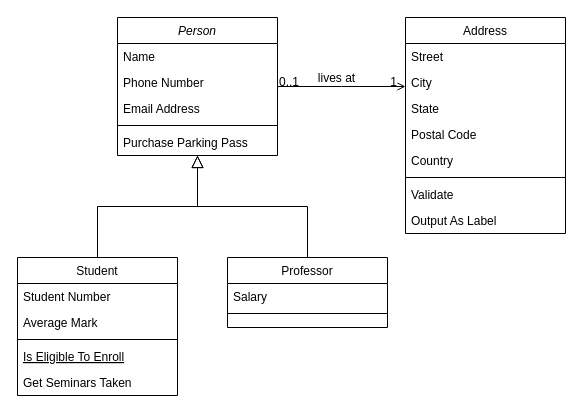
Above: docs/class diagram.drawio in elloot/prg2-slutprojekt (draw.io), before the change. Source tidied: cells renumbered, new cells numbered last; positions are measured from the earlier drawing's top-left corner, leaving out a move shared by most shapes. Both pictures are drawn from the tidied source at 100%, with x=0, y=0 at pixel (17, 17).
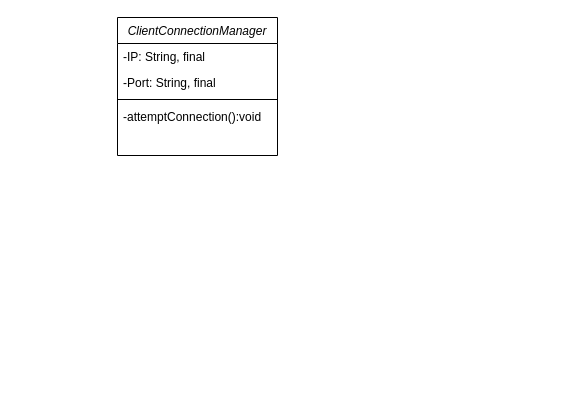
The same page after the edit.

Diff of the diagram source:
```diff
@@
-    <mxCell id="2" value="Person" style="swimlane;fontStyle=2;align=center;verticalAlign=top;horizontal=1;startSize=26;rounded=0;shadow=0;strokeWidth=1;" parent="1" vertex="1">
+    <mxCell id="2" value="ClientConnectionManager" style="swimlane;fontStyle=2;align=center;verticalAlign=top;horizontal=1;startSize=26;rounded=0;shadow=0;strokeWidth=1;" parent="1" vertex="1">
       <mxGeometry x="100" width="160" height="138" as="geometry" />
     </mxCell>
-    <mxCell id="3" value="Name" style="text;align=left;verticalAlign=top;spacingLeft=4;spacingRight=4;overflow=hidden;" parent="2" vertex="1">
+    <mxCell id="3" value="-IP: String, final" style="text;align=left;verticalAlign=top;spacingLeft=4;spacingRight=4;overflow=hidden;" parent="2" vertex="1">
       <mxGeometry y="26" width="160" height="26" as="geometry" />
     </mxCell>
-    <mxCell id="4" value="Phone Number" style="text;align=left;verticalAlign=top;spacingLeft=4;spacingRight=4;overflow=hidden;rounded=0;shadow=0;html=0;" parent="2" vertex="1">
+    <mxCell id="4" value="-Port: String, final" style="text;align=left;verticalAlign=top;spacingLeft=4;spacingRight=4;overflow=hidden;rounded=0;shadow=0;html=0;" parent="2" vertex="1">
       <mxGeometry y="52" width="160" height="26" as="geometry" />
     </mxCell>
-    <mxCell id="5" value="Email Address" style="text;align=left;verticalAlign=top;spacingLeft=4;spacingRight=4;overflow=hidden;rounded=0;shadow=0;html=0;" parent="2" vertex="1">
-      <mxGeometry y="78" width="160" height="26" as="geometry" />
-    </mxCell>
     <mxCell id="6" style="line;html=1;strokeWidth=1;align=left;verticalAlign=middle;spacingTop=-1;spacingLeft=3;spacingRight=3;labelPosition=right;" parent="2" vertex="1">
-      <mxGeometry y="104" width="160" height="8" as="geometry" />
+      <mxGeometry y="78" width="160" height="8" as="geometry" />
     </mxCell>
-    <mxCell id="7" value="Purchase Parking Pass" style="text;align=left;verticalAlign=top;spacingLeft=4;spacingRight=4;overflow=hidden;" parent="2" vertex="1">
-      <mxGeometry y="112" width="160" height="26" as="geometry" />
+    <mxCell id="7" value="-attemptConnection():void" style="text;align=left;verticalAlign=top;spacingLeft=4;spacingRight=4;overflow=hidden;" parent="2" vertex="1">
+      <mxGeometry y="86" width="160" height="26" as="geometry" />
     </mxCell>
-    <mxCell id="8" value="Student" style="swimlane;fontStyle=0;align=center;verticalAlign=top;horizontal=1;startSize=26;rounded=0;shadow=0;strokeWidth=1;" parent="1" vertex="1">
-      <mxGeometry y="240" width="160" height="138" as="geometry" />
-    </mxCell>
-    <mxCell id="9" value="Student Number" style="text;align=left;verticalAlign=top;spacingLeft=4;spacingRight=4;overflow=hidden;" parent="8" vertex="1">
-      <mxGeometry y="26" width="160" height="26" as="geometry" />
-    </mxCell>
-    <mxCell id="10" value="Average Mark" style="text;align=left;verticalAlign=top;spacingLeft=4;spacingRight=4;overflow=hidden;rounded=0;shadow=0;html=0;" parent="8" vertex="1">
-      <mxGeometry y="52" width="160" height="26" as="geometry" />
-    </mxCell>
-    <mxCell id="11" style="line;html=1;strokeWidth=1;align=left;verticalAlign=middle;spacingTop=-1;spacingLeft=3;spacingRight=3;labelPosition=right;" parent="8" vertex="1">
-      <mxGeometry y="78" width="160" height="8" as="geometry" />
-    </mxCell>
-    <mxCell id="12" value="Is Eligible To Enroll" style="text;align=left;verticalAlign=top;spacingLeft=4;spacingRight=4;overflow=hidden;fontStyle=4;" parent="8" vertex="1">
-      <mxGeometry y="86" width="160" height="26" as="geometry" />
-    </mxCell>
-    <mxCell id="13" value="Get Seminars Taken" style="text;align=left;verticalAlign=top;spacingLeft=4;spacingRight=4;overflow=hidden;" parent="8" vertex="1">
-      <mxGeometry y="112" width="160" height="26" as="geometry" />
-    </mxCell>
-    <mxCell id="14" style="endArrow=block;endSize=10;endFill=0;shadow=0;strokeWidth=1;rounded=0;edgeStyle=elbowEdgeStyle;elbow=vertical;" parent="1" edge="1" source="8" target="2">
-      <mxGeometry relative="1" as="geometry" />
-    </mxCell>
-    <mxCell id="15" value="Professor" style="swimlane;fontStyle=0;align=center;verticalAlign=top;horizontal=1;startSize=26;rounded=0;shadow=0;strokeWidth=1;" parent="1" vertex="1">
-      <mxGeometry x="210" y="240" width="160" height="70" as="geometry" />
-    </mxCell>
-    <mxCell id="16" value="Salary" style="text;align=left;verticalAlign=top;spacingLeft=4;spacingRight=4;overflow=hidden;" parent="15" vertex="1">
-      <mxGeometry y="26" width="160" height="26" as="geometry" />
-    </mxCell>
-    <mxCell id="17" style="line;html=1;strokeWidth=1;align=left;verticalAlign=middle;spacingTop=-1;spacingLeft=3;spacingRight=3;labelPosition=right;" parent="15" vertex="1">
-      <mxGeometry y="52" width="160" height="8" as="geometry" />
-    </mxCell>
-    <mxCell id="18" style="endArrow=block;endSize=10;endFill=0;shadow=0;strokeWidth=1;rounded=0;edgeStyle=elbowEdgeStyle;elbow=vertical;" parent="1" edge="1" source="15" target="2">
-      <mxGeometry relative="1" as="geometry" />
-    </mxCell>
-    <mxCell id="19" value="Address" style="swimlane;fontStyle=0;align=center;verticalAlign=top;horizontal=1;startSize=26;rounded=0;shadow=0;strokeWidth=1;" parent="1" vertex="1">
-      <mxGeometry x="388" width="160" height="216" as="geometry" />
-    </mxCell>
-    <mxCell id="20" value="Street" style="text;align=left;verticalAlign=top;spacingLeft=4;spacingRight=4;overflow=hidden;" parent="19" vertex="1">
-      <mxGeometry y="26" width="160" height="26" as="geometry" />
-    </mxCell>
-    <mxCell id="21" value="City" style="text;align=left;verticalAlign=top;spacingLeft=4;spacingRight=4;overflow=hidden;rounded=0;shadow=0;html=0;" parent="19" vertex="1">
-      <mxGeometry y="52" width="160" height="26" as="geometry" />
-    </mxCell>
-    <mxCell id="22" value="State" style="text;align=left;verticalAlign=top;spacingLeft=4;spacingRight=4;overflow=hidden;rounded=0;shadow=0;html=0;" parent="19" vertex="1">
-      <mxGeometry y="78" width="160" height="26" as="geometry" />
-    </mxCell>
-    <mxCell id="23" value="Postal Code" style="text;align=left;verticalAlign=top;spacingLeft=4;spacingRight=4;overflow=hidden;rounded=0;shadow=0;html=0;" parent="19" vertex="1">
-      <mxGeometry y="104" width="160" height="26" as="geometry" />
-    </mxCell>
-    <mxCell id="24" value="Country" style="text;align=left;verticalAlign=top;spacingLeft=4;spacingRight=4;overflow=hidden;rounded=0;shadow=0;html=0;" parent="19" vertex="1">
-      <mxGeometry y="130" width="160" height="26" as="geometry" />
-    </mxCell>
-    <mxCell id="25" style="line;html=1;strokeWidth=1;align=left;verticalAlign=middle;spacingTop=-1;spacingLeft=3;spacingRight=3;labelPosition=right;" parent="19" vertex="1">
-      <mxGeometry y="156" width="160" height="8" as="geometry" />
-    </mxCell>
-    <mxCell id="26" value="Validate" style="text;align=left;verticalAlign=top;spacingLeft=4;spacingRight=4;overflow=hidden;" parent="19" vertex="1">
-      <mxGeometry y="164" width="160" height="26" as="geometry" />
-    </mxCell>
-    <mxCell id="27" value="Output As Label" style="text;align=left;verticalAlign=top;spacingLeft=4;spacingRight=4;overflow=hidden;" parent="19" vertex="1">
-      <mxGeometry y="190" width="160" height="26" as="geometry" />
-    </mxCell>
-    <mxCell id="28" style="endArrow=open;shadow=0;strokeWidth=1;rounded=0;endFill=1;edgeStyle=elbowEdgeStyle;elbow=vertical;" parent="1" edge="1" source="2" target="19">
-      <mxGeometry x="0.5" y="41" relative="1" as="geometry">
-        <mxPoint x="-40" y="32" as="offset" />
-      </mxGeometry>
-    </mxCell>
-    <mxCell id="29" value="0..1" style="align=left;verticalAlign=bottom;labelBackgroundColor=none;fontSize=12;" parent="28" vertex="1">
-      <mxGeometry x="-1" relative="1" as="geometry">
-        <mxPoint y="4" as="offset" />
-      </mxGeometry>
-    </mxCell>
-    <mxCell id="30" value="1" style="align=right;verticalAlign=bottom;labelBackgroundColor=none;fontSize=12;" parent="28" vertex="1">
-      <mxGeometry x="1" relative="1" as="geometry">
-        <mxPoint x="-7" y="4" as="offset" />
-      </mxGeometry>
-    </mxCell>
-    <mxCell id="31" value="lives at" style="text;html=1;align=center;verticalAlign=middle;labelBackgroundColor=none;rounded=0;shadow=0;strokeWidth=1;fontSize=12;" parent="28" vertex="1">
-      <mxGeometry x="0.5" y="49" relative="1" as="geometry">
-        <mxPoint x="-38" y="40" as="offset" />
-      </mxGeometry>
-    </mxCell>
```
